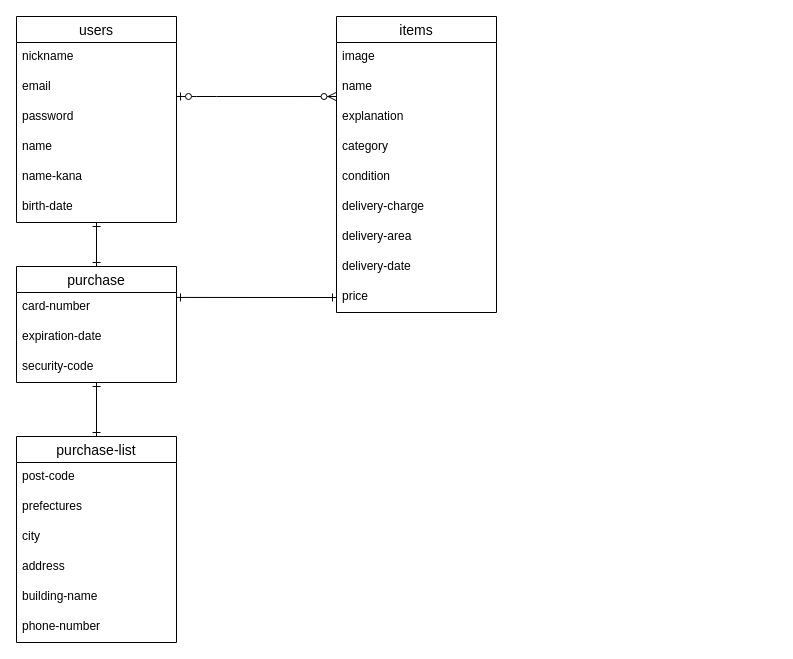
This is furima.dio from genkikonno/furima-37489, a draw.io file, before an edit. Source tidied: cells renumbered, new cells numbered last; positions are measured from the earlier drawing's top-left corner, leaving out a move shared by most shapes. Both pictures are drawn from the tidied source at 100%, with x=0, y=0 at pixel (16, 16).
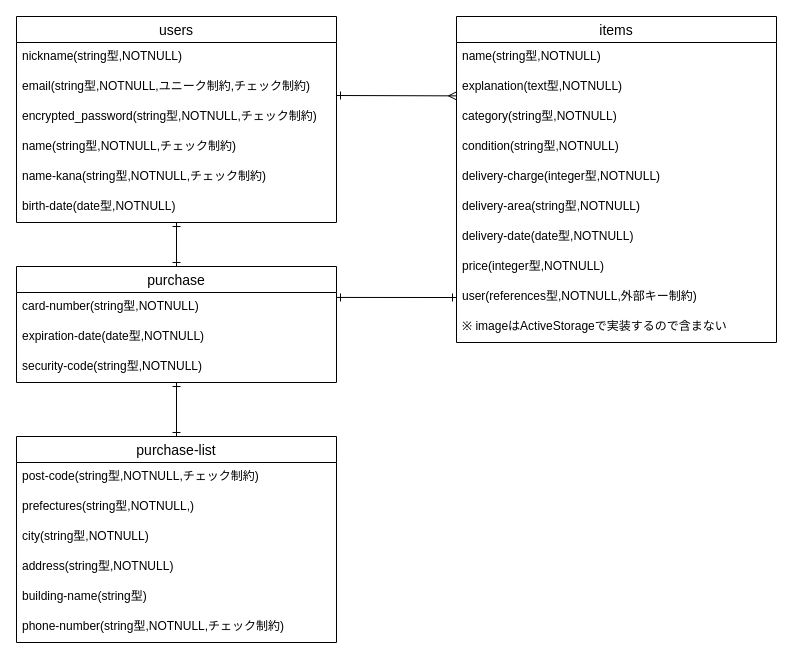
The same page after the edit.

Change to the diagram source:
```diff
@@
     <mxCell id="3" value="users" style="swimlane;fontStyle=0;horizontal=1;startSize=26;align=center;fontSize=14;" parent="1" vertex="1">
-      <mxGeometry width="160" height="206" as="geometry" />
+      <mxGeometry width="320" height="206" as="geometry" />
     </mxCell>
-    <mxCell id="4" value="nickname" style="text;strokeColor=none;fillColor=none;spacingLeft=4;spacingRight=4;overflow=hidden;fontSize=12;" parent="3" vertex="1">
-      <mxGeometry y="26" width="160" height="30" as="geometry" />
+    <mxCell id="4" value="nickname(string型,NOTNULL)" style="text;strokeColor=none;fillColor=none;spacingLeft=4;spacingRight=4;overflow=hidden;fontSize=12;" parent="3" vertex="1">
+      <mxGeometry y="26" width="320" height="30" as="geometry" />
     </mxCell>
-    <mxCell id="5" value="email" style="text;strokeColor=none;fillColor=none;spacingLeft=4;spacingRight=4;overflow=hidden;fontSize=12;" parent="3" vertex="1">
-      <mxGeometry y="56" width="160" height="30" as="geometry" />
+    <mxCell id="5" value="email(string型,NOTNULL,ユニーク制約,チェック制約)" style="text;strokeColor=none;fillColor=none;spacingLeft=4;spacingRight=4;overflow=hidden;fontSize=12;" parent="3" vertex="1">
+      <mxGeometry y="56" width="320" height="30" as="geometry" />
     </mxCell>
-    <mxCell id="6" value="password" style="text;strokeColor=none;fillColor=none;spacingLeft=4;spacingRight=4;overflow=hidden;fontSize=12;" parent="3" vertex="1">
-      <mxGeometry y="86" width="160" height="30" as="geometry" />
+    <mxCell id="6" value="encrypted_password(string型,NOTNULL,チェック制約)" style="text;strokeColor=none;fillColor=none;spacingLeft=4;spacingRight=4;overflow=hidden;fontSize=12;" parent="3" vertex="1">
+      <mxGeometry y="86" width="320" height="30" as="geometry" />
     </mxCell>
-    <mxCell id="7" value="name" style="text;strokeColor=none;fillColor=none;spacingLeft=4;spacingRight=4;overflow=hidden;fontSize=12;" parent="3" vertex="1">
-      <mxGeometry y="116" width="160" height="30" as="geometry" />
+    <mxCell id="7" value="name(string型,NOTNULL,チェック制約)" style="text;strokeColor=none;fillColor=none;spacingLeft=4;spacingRight=4;overflow=hidden;fontSize=12;" parent="3" vertex="1">
+      <mxGeometry y="116" width="320" height="30" as="geometry" />
     </mxCell>
-    <mxCell id="8" value="name-kana" style="text;strokeColor=none;fillColor=none;spacingLeft=4;spacingRight=4;overflow=hidden;fontSize=12;" parent="3" vertex="1">
-      <mxGeometry y="146" width="160" height="30" as="geometry" />
+    <mxCell id="8" value="name-kana(string型,NOTNULL,チェック制約)" style="text;strokeColor=none;fillColor=none;spacingLeft=4;spacingRight=4;overflow=hidden;fontSize=12;" parent="3" vertex="1">
+      <mxGeometry y="146" width="320" height="30" as="geometry" />
     </mxCell>
-    <mxCell id="9" value="birth-date" style="text;strokeColor=none;fillColor=none;spacingLeft=4;spacingRight=4;overflow=hidden;fontSize=12;" parent="3" vertex="1">
-      <mxGeometry y="176" width="160" height="30" as="geometry" />
+    <mxCell id="9" value="birth-date(date型,NOTNULL)" style="text;strokeColor=none;fillColor=none;spacingLeft=4;spacingRight=4;overflow=hidden;fontSize=12;" parent="3" vertex="1">
+      <mxGeometry y="176" width="320" height="30" as="geometry" />
     </mxCell>
     <mxCell id="10" value="items" style="swimlane;fontStyle=0;horizontal=1;startSize=26;align=center;fontSize=14;" parent="1" vertex="1">
-      <mxGeometry x="320" width="160" height="296" as="geometry" />
+      <mxGeometry x="440" width="320" height="326" as="geometry" />
     </mxCell>
-    <mxCell id="11" value="image" style="text;strokeColor=none;fillColor=none;spacingLeft=4;spacingRight=4;overflow=hidden;fontSize=12;" parent="10" vertex="1">
-      <mxGeometry y="26" width="160" height="30" as="geometry" />
-    </mxCell>
-    <mxCell id="12" value="name" style="text;strokeColor=none;fillColor=none;spacingLeft=4;spacingRight=4;overflow=hidden;points=[[0,0.5],[1,0.5]];portConstraint=eastwest;fontSize=12;" parent="10" vertex="1">
-      <mxGeometry y="56" width="160" height="30" as="geometry" />
+    <mxCell id="12" value="name(string型,NOTNULL)" style="text;strokeColor=none;fillColor=none;spacingLeft=4;spacingRight=4;overflow=hidden;points=[[0,0.5],[1,0.5]];portConstraint=eastwest;fontSize=12;" parent="10" vertex="1">
+      <mxGeometry y="26" width="320" height="30" as="geometry" />
     </mxCell>
-    <mxCell id="13" value="explanation" style="text;strokeColor=none;fillColor=none;spacingLeft=4;spacingRight=4;overflow=hidden;points=[[0,0.5],[1,0.5]];portConstraint=eastwest;fontSize=12;" parent="10" vertex="1">
-      <mxGeometry y="86" width="160" height="30" as="geometry" />
+    <mxCell id="13" value="explanation(text型,NOTNULL)" style="text;strokeColor=none;fillColor=none;spacingLeft=4;spacingRight=4;overflow=hidden;points=[[0,0.5],[1,0.5]];portConstraint=eastwest;fontSize=12;" parent="10" vertex="1">
+      <mxGeometry y="56" width="320" height="30" as="geometry" />
     </mxCell>
-    <mxCell id="14" value="category" style="text;strokeColor=none;fillColor=none;spacingLeft=4;spacingRight=4;overflow=hidden;fontSize=12;" parent="10" vertex="1">
-      <mxGeometry y="116" width="160" height="30" as="geometry" />
+    <mxCell id="14" value="category(string型,NOTNULL)" style="text;strokeColor=none;fillColor=none;spacingLeft=4;spacingRight=4;overflow=hidden;fontSize=12;" parent="10" vertex="1">
+      <mxGeometry y="86" width="320" height="30" as="geometry" />
     </mxCell>
-    <mxCell id="15" value="condition" style="text;strokeColor=none;fillColor=none;spacingLeft=4;spacingRight=4;overflow=hidden;fontSize=12;" parent="10" vertex="1">
-      <mxGeometry y="146" width="160" height="30" as="geometry" />
+    <mxCell id="15" value="condition(string型,NOTNULL)" style="text;strokeColor=none;fillColor=none;spacingLeft=4;spacingRight=4;overflow=hidden;fontSize=12;" parent="10" vertex="1">
+      <mxGeometry y="116" width="320" height="30" as="geometry" />
     </mxCell>
-    <mxCell id="16" value="delivery-charge" style="text;strokeColor=none;fillColor=none;spacingLeft=4;spacingRight=4;overflow=hidden;fontSize=12;" parent="10" vertex="1">
-      <mxGeometry y="176" width="160" height="30" as="geometry" />
+    <mxCell id="16" value="delivery-charge(integer型,NOTNULL)" style="text;strokeColor=none;fillColor=none;spacingLeft=4;spacingRight=4;overflow=hidden;fontSize=12;" parent="10" vertex="1">
+      <mxGeometry y="146" width="320" height="30" as="geometry" />
     </mxCell>
-    <mxCell id="17" value="delivery-area" style="text;strokeColor=none;fillColor=none;spacingLeft=4;spacingRight=4;overflow=hidden;fontSize=12;" parent="10" vertex="1">
-      <mxGeometry y="206" width="160" height="30" as="geometry" />
+    <mxCell id="17" value="delivery-area(string型,NOTNULL)" style="text;strokeColor=none;fillColor=none;spacingLeft=4;spacingRight=4;overflow=hidden;fontSize=12;" parent="10" vertex="1">
+      <mxGeometry y="176" width="320" height="30" as="geometry" />
     </mxCell>
-    <mxCell id="18" value="delivery-date" style="text;strokeColor=none;fillColor=none;spacingLeft=4;spacingRight=4;overflow=hidden;fontSize=12;" parent="10" vertex="1">
-      <mxGeometry y="236" width="160" height="30" as="geometry" />
+    <mxCell id="18" value="delivery-date(date型,NOTNULL)" style="text;strokeColor=none;fillColor=none;spacingLeft=4;spacingRight=4;overflow=hidden;fontSize=12;" parent="10" vertex="1">
+      <mxGeometry y="206" width="320" height="30" as="geometry" />
     </mxCell>
-    <mxCell id="19" value="price" style="text;strokeColor=none;fillColor=none;spacingLeft=4;spacingRight=4;overflow=hidden;points=[[0,0.5],[1,0.5]];portConstraint=eastwest;fontSize=12;" parent="10" vertex="1">
-      <mxGeometry y="266" width="160" height="30" as="geometry" />
+    <mxCell id="19" value="price(integer型,NOTNULL)" style="text;strokeColor=none;fillColor=none;spacingLeft=4;spacingRight=4;overflow=hidden;points=[[0,0.5],[1,0.5]];portConstraint=eastwest;fontSize=12;" parent="10" vertex="1">
+      <mxGeometry y="236" width="320" height="30" as="geometry" />
     </mxCell>
+    <mxCell id="34" value="user(references型,NOTNULL,外部キー制約)" style="text;strokeColor=none;fillColor=none;spacingLeft=4;spacingRight=4;overflow=hidden;points=[[0,0.5],[1,0.5]];portConstraint=eastwest;fontSize=12;" parent="10" vertex="1">
+      <mxGeometry y="266" width="320" height="30" as="geometry" />
+    </mxCell>
+    <mxCell id="11" value="※ imageはActiveStorageで実装するので含まない" style="text;strokeColor=none;fillColor=none;spacingLeft=4;spacingRight=4;overflow=hidden;fontSize=12;" parent="10" vertex="1">
+      <mxGeometry y="296" width="320" height="30" as="geometry" />
+    </mxCell>
@@
     <mxCell id="21" value="purchase" style="swimlane;fontStyle=0;horizontal=1;startSize=26;align=center;fontSize=14;" parent="1" vertex="1">
-      <mxGeometry y="250" width="160" height="116" as="geometry" />
+      <mxGeometry y="250" width="320" height="116" as="geometry" />
     </mxCell>
-    <mxCell id="22" value="card-number" style="text;strokeColor=none;fillColor=none;spacingLeft=4;spacingRight=4;overflow=hidden;points=[[0,0.5],[1,0.5]];portConstraint=eastwest;fontSize=12;" parent="21" vertex="1">
-      <mxGeometry y="26" width="160" height="30" as="geometry" />
+    <mxCell id="22" value="card-number(string型,NOTNULL)" style="text;strokeColor=none;fillColor=none;spacingLeft=4;spacingRight=4;overflow=hidden;points=[[0,0.5],[1,0.5]];portConstraint=eastwest;fontSize=12;" parent="21" vertex="1">
+      <mxGeometry y="26" width="320" height="30" as="geometry" />
     </mxCell>
-    <mxCell id="23" value="expiration-date" style="text;strokeColor=none;fillColor=none;spacingLeft=4;spacingRight=4;overflow=hidden;fontSize=12;" parent="21" vertex="1">
-      <mxGeometry y="56" width="160" height="30" as="geometry" />
+    <mxCell id="23" value="expiration-date(date型,NOTNULL)" style="text;strokeColor=none;fillColor=none;spacingLeft=4;spacingRight=4;overflow=hidden;fontSize=12;" parent="21" vertex="1">
+      <mxGeometry y="56" width="320" height="30" as="geometry" />
     </mxCell>
-    <mxCell id="24" value="security-code" style="text;strokeColor=none;fillColor=none;spacingLeft=4;spacingRight=4;overflow=hidden;fontSize=12;" parent="21" vertex="1">
-      <mxGeometry y="86" width="160" height="30" as="geometry" />
+    <mxCell id="24" value="security-code(string型,NOTNULL)" style="text;strokeColor=none;fillColor=none;spacingLeft=4;spacingRight=4;overflow=hidden;fontSize=12;" parent="21" vertex="1">
+      <mxGeometry y="86" width="320" height="30" as="geometry" />
     </mxCell>
     <mxCell id="25" value="purchase-list" style="swimlane;fontStyle=0;horizontal=1;startSize=26;align=center;fontSize=14;" parent="1" vertex="1">
-      <mxGeometry y="420" width="160" height="206" as="geometry" />
+      <mxGeometry y="420" width="320" height="206" as="geometry" />
     </mxCell>
-    <mxCell id="26" value="post-code&#10;" style="text;strokeColor=none;fillColor=none;spacingLeft=4;spacingRight=4;overflow=hidden;fontSize=12;" parent="25" vertex="1">
-      <mxGeometry y="26" width="160" height="30" as="geometry" />
+    <mxCell id="26" value="post-code(string型,NOTNULL,チェック制約)" style="text;strokeColor=none;fillColor=none;spacingLeft=4;spacingRight=4;overflow=hidden;fontSize=12;" parent="25" vertex="1">
+      <mxGeometry y="26" width="320" height="30" as="geometry" />
     </mxCell>
-    <mxCell id="27" value="prefectures" style="text;strokeColor=none;fillColor=none;spacingLeft=4;spacingRight=4;overflow=hidden;fontSize=12;" parent="25" vertex="1">
-      <mxGeometry y="56" width="160" height="30" as="geometry" />
+    <mxCell id="27" value="prefectures(string型,NOTNULL,)" style="text;strokeColor=none;fillColor=none;spacingLeft=4;spacingRight=4;overflow=hidden;fontSize=12;" parent="25" vertex="1">
+      <mxGeometry y="56" width="320" height="30" as="geometry" />
     </mxCell>
-    <mxCell id="28" value="city" style="text;strokeColor=none;fillColor=none;spacingLeft=4;spacingRight=4;overflow=hidden;fontSize=12;" parent="25" vertex="1">
-      <mxGeometry y="86" width="160" height="30" as="geometry" />
+    <mxCell id="28" value="city(string型,NOTNULL)" style="text;strokeColor=none;fillColor=none;spacingLeft=4;spacingRight=4;overflow=hidden;fontSize=12;" parent="25" vertex="1">
+      <mxGeometry y="86" width="320" height="30" as="geometry" />
     </mxCell>
-    <mxCell id="29" value="address" style="text;strokeColor=none;fillColor=none;spacingLeft=4;spacingRight=4;overflow=hidden;fontSize=12;" parent="25" vertex="1">
-      <mxGeometry y="116" width="160" height="30" as="geometry" />
+    <mxCell id="29" value="address(string型,NOTNULL)" style="text;strokeColor=none;fillColor=none;spacingLeft=4;spacingRight=4;overflow=hidden;fontSize=12;" parent="25" vertex="1">
+      <mxGeometry y="116" width="320" height="30" as="geometry" />
     </mxCell>
-    <mxCell id="30" value="building-name" style="text;strokeColor=none;fillColor=none;spacingLeft=4;spacingRight=4;overflow=hidden;fontSize=12;" parent="25" vertex="1">
-      <mxGeometry y="146" width="160" height="30" as="geometry" />
+    <mxCell id="30" value="building-name(string型)" style="text;strokeColor=none;fillColor=none;spacingLeft=4;spacingRight=4;overflow=hidden;fontSize=12;" parent="25" vertex="1">
+      <mxGeometry y="146" width="320" height="30" as="geometry" />
     </mxCell>
-    <mxCell id="31" value="phone-number" style="text;strokeColor=none;fillColor=none;spacingLeft=4;spacingRight=4;overflow=hidden;fontSize=12;" parent="25" vertex="1">
-      <mxGeometry y="176" width="160" height="30" as="geometry" />
+    <mxCell id="31" value="phone-number(string型,NOTNULL,チェック制約)" style="text;strokeColor=none;fillColor=none;spacingLeft=4;spacingRight=4;overflow=hidden;fontSize=12;" parent="25" vertex="1">
+      <mxGeometry y="176" width="320" height="30" as="geometry" />
     </mxCell>
-    <mxCell id="32" style="edgeStyle=entityRelationEdgeStyle;fontSize=12;html=1;endArrow=ERzeroToMany;startArrow=ERzeroToOne;entryX=-0.003;entryY=0.8;entryDx=0;entryDy=0;entryPerimeter=0;" parent="1" edge="1" target="12">
+    <mxCell id="32" style="fontSize=12;html=1;endArrow=ERmany;startArrow=ERone;entryX=0;entryY=0.779;entryDx=0;entryDy=0;entryPerimeter=0;startFill=0;endFill=0;" parent="1" edge="1" target="13">
       <mxGeometry relative="1" as="geometry">
-        <mxPoint x="160" y="80" as="sourcePoint" />
+        <mxPoint x="320" y="79" as="sourcePoint" />
       </mxGeometry>
     </mxCell>
-    <mxCell id="33" style="edgeStyle=orthogonalEdgeStyle;html=1;exitX=0;exitY=0.5;exitDx=0;exitDy=0;entryX=1;entryY=0.165;entryDx=0;entryDy=0;entryPerimeter=0;startArrow=ERone;startFill=0;endArrow=ERone;endFill=0;" parent="1" edge="1" source="19" target="22">
+    <mxCell id="33" style="edgeStyle=orthogonalEdgeStyle;html=1;exitX=0;exitY=0.5;exitDx=0;exitDy=0;entryX=1;entryY=0.165;entryDx=0;entryDy=0;entryPerimeter=0;startArrow=ERone;startFill=0;endArrow=ERone;endFill=0;" parent="1" edge="1" source="34" target="22">
       <mxGeometry relative="1" as="geometry" />
     </mxCell>
```
